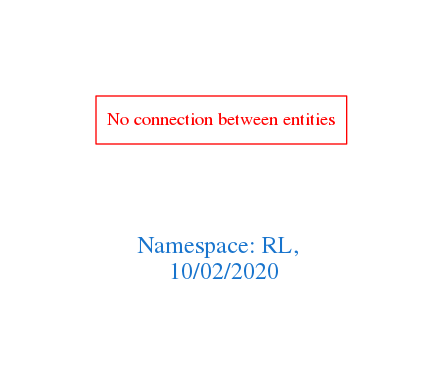
This is downloads/RL.png from arago/OGIT, a Graphviz export, as it was before one commit. Its source is kept beside it as downloads/RL.dot.
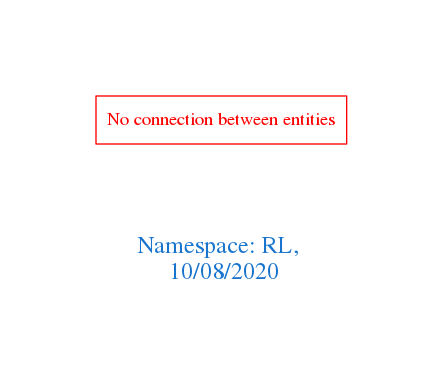
After the change.

The edit, as a diff of the source:
```diff
@@ -1,7 +1,7 @@
 digraph OGIT_ontology {
  graph [ rankdir= LR,pad=1
 fontsize = 18,
-fontcolor= dodgerblue3,label = "\n\n\nNamespace: RL, \n 10/02/2020"];
+fontcolor= dodgerblue3,label = "\n\n\nNamespace: RL, \n 10/08/2020"];
 node[shape=polygon];
 edge [  color="gray81"];
 
```
